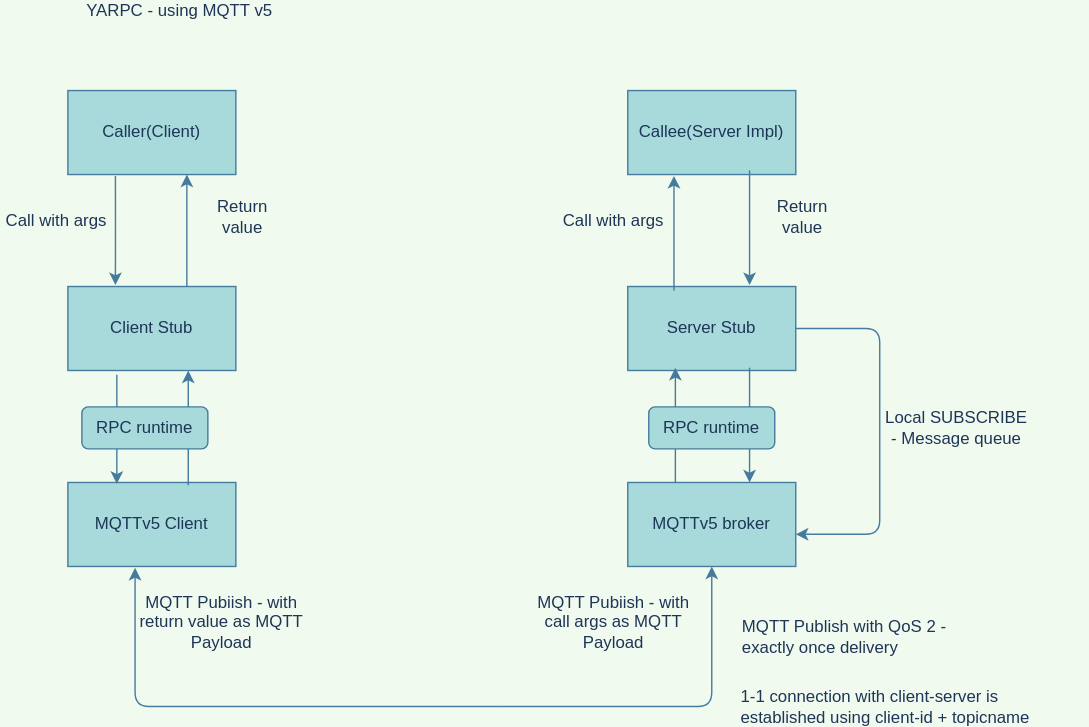
Before: RPC-Diagram-MQTT.svg, a diagram exported from draw.io (srishina/yarpc.doc). Source tidied: cells renumbered, new cells last; positions are measured from the earlier drawing's top-left corner, leaving out a move shared by most shapes.
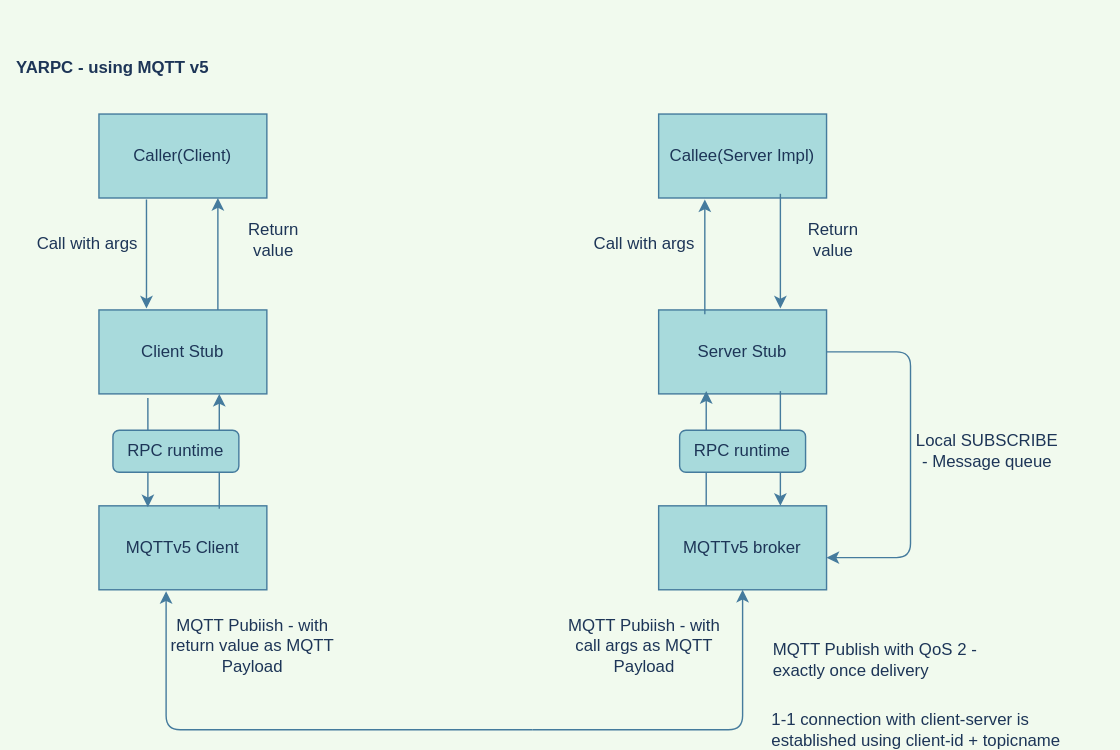
After the change.

Diff of the diagram source:
```diff
@@ -152,11 +152,14 @@
     <mxCell id="29" value="Return value" style="text;html=1;strokeColor=none;fillColor=none;align=center;verticalAlign=middle;whiteSpace=wrap;rounded=0;sketch=0;fontColor=#1D3557;" parent="1" vertex="1">
       <mxGeometry x="538" y="140" width="70" height="20" as="geometry" />
     </mxCell>
-    <mxCell id="30" value="&lt;div&gt;YARPC - using MQTT v5&lt;/div&gt;&lt;div&gt;&lt;br&gt;&lt;/div&gt;" style="text;html=1;strokeColor=none;fillColor=none;align=center;verticalAlign=middle;whiteSpace=wrap;rounded=0;sketch=0;fontColor=#1D3557;" parent="1" vertex="1">
-      <mxGeometry x="48" width="160" height="20" as="geometry" />
+    <mxCell id="30" value="&lt;div&gt;&lt;b&gt;YARPC - using MQTT v5&lt;/b&gt;&lt;/div&gt;&lt;div&gt;&lt;br&gt;&lt;/div&gt;" style="text;html=1;strokeColor=none;fillColor=none;align=center;verticalAlign=middle;whiteSpace=wrap;rounded=0;sketch=0;fontColor=#1D3557;" parent="1" vertex="1">
+      <mxGeometry x="-22" y="24" width="160" height="20" as="geometry" />
     </mxCell>
     <mxCell id="31" value="&lt;div align=&quot;left&quot;&gt;1-1 connection with client-server is established using client-id + topicname&lt;/div&gt;" style="text;html=1;strokeColor=none;fillColor=none;align=left;verticalAlign=middle;whiteSpace=wrap;rounded=0;sketch=0;fontColor=#1D3557;" parent="1" vertex="1">
       <mxGeometry x="527" y="490" width="250" height="20" as="geometry" />
     </mxCell>
+    <mxCell id="32" value="&lt;div&gt;&lt;br&gt;&lt;/div&gt;&lt;div&gt;&lt;br&gt;&lt;/div&gt;&lt;div&gt;&lt;br&gt;&lt;/div&gt;" style="text;html=1;strokeColor=none;fillColor=none;align=center;verticalAlign=middle;whiteSpace=wrap;rounded=0;sketch=0;fontColor=#1D3557;" parent="1" vertex="1">
+      <mxGeometry x="-12" y="-10" width="140" height="20" as="geometry" />
+    </mxCell>
   </root>
 </mxGraphModel>
```
